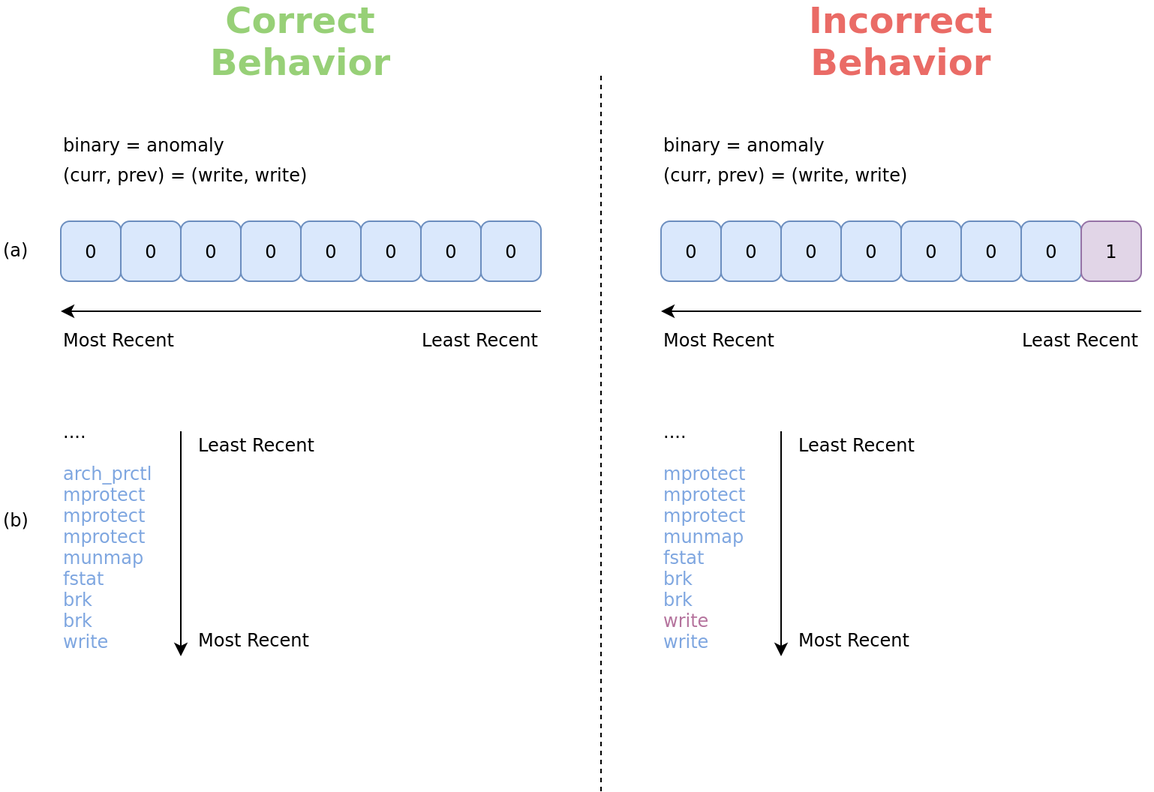
The draw.io diagram figures/lookahead-anomaly.png in willfindlay/honors-thesis, before a commit. Source tidied: cells renumbered, new cells last; positions are measured from the earlier drawing's top-left corner, leaving out a move shared by most shapes. Its diagram source:
```xml
<mxGraphModel>
  <root>
    <mxCell id="0" />
    <mxCell id="1" parent="0" />
    <mxCell id="2" value="0" style="rounded=1;whiteSpace=wrap;html=1;fillColor=#dae8fc;strokeColor=#6c8ebf;" parent="1" vertex="1">
      <mxGeometry x="40" y="140" width="40" height="40" as="geometry" />
    </mxCell>
    <mxCell id="3" value="0" style="rounded=1;whiteSpace=wrap;html=1;fillColor=#dae8fc;strokeColor=#6c8ebf;" parent="1" vertex="1">
      <mxGeometry x="80" y="140" width="40" height="40" as="geometry" />
    </mxCell>
    <mxCell id="4" value="0" style="rounded=1;whiteSpace=wrap;html=1;fillColor=#dae8fc;strokeColor=#6c8ebf;" parent="1" vertex="1">
      <mxGeometry x="120" y="140" width="40" height="40" as="geometry" />
    </mxCell>
    <mxCell id="5" value="0" style="rounded=1;whiteSpace=wrap;html=1;fillColor=#dae8fc;strokeColor=#6c8ebf;" parent="1" vertex="1">
      <mxGeometry x="160" y="140" width="40" height="40" as="geometry" />
    </mxCell>
    <mxCell id="6" value="0" style="rounded=1;whiteSpace=wrap;html=1;fillColor=#dae8fc;strokeColor=#6c8ebf;" parent="1" vertex="1">
      <mxGeometry x="200" y="140" width="40" height="40" as="geometry" />
    </mxCell>
    <mxCell id="7" value="0" style="rounded=1;whiteSpace=wrap;html=1;fillColor=#dae8fc;strokeColor=#6c8ebf;" parent="1" vertex="1">
      <mxGeometry x="240" y="140" width="40" height="40" as="geometry" />
    </mxCell>
    <mxCell id="8" value="0" style="rounded=1;whiteSpace=wrap;html=1;fillColor=#dae8fc;strokeColor=#6c8ebf;" parent="1" vertex="1">
      <mxGeometry x="280" y="140" width="40" height="40" as="geometry" />
    </mxCell>
    <mxCell id="9" value="0" style="rounded=1;whiteSpace=wrap;html=1;fillColor=#dae8fc;strokeColor=#6c8ebf;" parent="1" vertex="1">
      <mxGeometry x="320" y="140" width="40" height="40" as="geometry" />
    </mxCell>
    <mxCell id="10" style="endArrow=classic;html=1;startArrow=none;startFill=0;endFill=1;" parent="1" edge="1">
      <mxGeometry relative="1" as="geometry">
        <mxPoint x="360" y="200" as="sourcePoint" />
        <mxPoint x="40" y="200" as="targetPoint" />
      </mxGeometry>
    </mxCell>
    <mxCell id="11" value="Least Recent" style="text;html=1;align=right;verticalAlign=top;spacingTop=-4;" parent="1" vertex="1">
      <mxGeometry x="270" y="210" width="90" height="20" as="geometry" />
    </mxCell>
    <mxCell id="12" value="Most Recent" style="text;html=1;align=left;verticalAlign=top;spacingTop=-4;" parent="1" vertex="1">
      <mxGeometry x="40" y="210" width="90" height="20" as="geometry" />
    </mxCell>
    <mxCell id="13" value="(curr, prev) = (write, write)" style="text;html=1;align=left;verticalAlign=top;spacingTop=-4;" parent="1" vertex="1">
      <mxGeometry x="40" y="100" width="180" height="20" as="geometry" />
    </mxCell>
    <mxCell id="14" value="binary = anomaly" style="text;html=1;align=left;verticalAlign=top;spacingTop=-4;" parent="1" vertex="1">
      <mxGeometry x="40" y="80" width="120" height="20" as="geometry" />
    </mxCell>
    <mxCell id="15" value="(a)" style="text;html=1;align=left;verticalAlign=top;spacingTop=-4;" parent="1" vertex="1">
      <mxGeometry y="150" width="30" height="20" as="geometry" />
    </mxCell>
    <mxCell id="16" value="(b)" style="text;html=1;align=left;verticalAlign=top;spacingTop=-4;" parent="1" vertex="1">
      <mxGeometry y="330" width="30" height="20" as="geometry" />
    </mxCell>
    <mxCell id="17" value="....&lt;br&gt;&lt;br&gt;&lt;font color=&quot;#7ea6e0&quot;&gt;arch_prctl&lt;/font&gt;&lt;br&gt;&lt;font color=&quot;#7ea6e0&quot;&gt;mprotect&lt;/font&gt;&lt;br&gt;&lt;font color=&quot;#7ea6e0&quot;&gt;mprotect&lt;/font&gt;&lt;br&gt;&lt;font color=&quot;#7ea6e0&quot;&gt;mprotect&lt;/font&gt;&lt;br&gt;&lt;font color=&quot;#7ea6e0&quot;&gt;munmap&lt;/font&gt;&lt;br&gt;&lt;font color=&quot;#7ea6e0&quot;&gt;fstat&lt;/font&gt;&lt;br&gt;&lt;font color=&quot;#7ea6e0&quot;&gt;brk&lt;/font&gt;&lt;br&gt;&lt;font color=&quot;#7ea6e0&quot;&gt;brk&lt;/font&gt;&lt;br&gt;&lt;font color=&quot;#7ea6e0&quot;&gt;write&lt;/font&gt;" style="text;html=1;strokeColor=none;fillColor=none;align=left;verticalAlign=middle;whiteSpace=wrap;rounded=0;" parent="1" vertex="1">
      <mxGeometry x="40" y="340" width="40" height="20" as="geometry" />
    </mxCell>
    <mxCell id="18" style="endArrow=classic;html=1;endFill=1;startArrow=none;startFill=0;" parent="1" edge="1">
      <mxGeometry relative="1" as="geometry">
        <mxPoint x="120" y="280" as="sourcePoint" />
        <mxPoint x="120" y="430" as="targetPoint" />
      </mxGeometry>
    </mxCell>
    <mxCell id="19" value="Most Recent" style="text;html=1;align=left;verticalAlign=top;spacingTop=-4;" parent="1" vertex="1">
      <mxGeometry x="130" y="410" width="90" height="20" as="geometry" />
    </mxCell>
    <mxCell id="20" value="Least Recent" style="text;html=1;align=left;verticalAlign=top;spacingTop=-4;" parent="1" vertex="1">
      <mxGeometry x="130" y="280" width="90" height="20" as="geometry" />
    </mxCell>
    <mxCell id="21" value="0" style="rounded=1;whiteSpace=wrap;html=1;fillColor=#dae8fc;strokeColor=#6c8ebf;" parent="1" vertex="1">
      <mxGeometry x="440" y="140" width="40" height="40" as="geometry" />
    </mxCell>
    <mxCell id="22" value="0" style="rounded=1;whiteSpace=wrap;html=1;fillColor=#dae8fc;strokeColor=#6c8ebf;" parent="1" vertex="1">
      <mxGeometry x="480" y="140" width="40" height="40" as="geometry" />
    </mxCell>
    <mxCell id="23" value="0" style="rounded=1;whiteSpace=wrap;html=1;fillColor=#dae8fc;strokeColor=#6c8ebf;" parent="1" vertex="1">
      <mxGeometry x="520" y="140" width="40" height="40" as="geometry" />
    </mxCell>
    <mxCell id="24" value="0" style="rounded=1;whiteSpace=wrap;html=1;fillColor=#dae8fc;strokeColor=#6c8ebf;" parent="1" vertex="1">
      <mxGeometry x="560" y="140" width="40" height="40" as="geometry" />
    </mxCell>
    <mxCell id="25" value="0" style="rounded=1;whiteSpace=wrap;html=1;fillColor=#dae8fc;strokeColor=#6c8ebf;" parent="1" vertex="1">
      <mxGeometry x="600" y="140" width="40" height="40" as="geometry" />
    </mxCell>
    <mxCell id="26" value="0" style="rounded=1;whiteSpace=wrap;html=1;fillColor=#dae8fc;strokeColor=#6c8ebf;" parent="1" vertex="1">
      <mxGeometry x="640" y="140" width="40" height="40" as="geometry" />
    </mxCell>
    <mxCell id="27" value="0" style="rounded=1;whiteSpace=wrap;html=1;fillColor=#dae8fc;strokeColor=#6c8ebf;" parent="1" vertex="1">
      <mxGeometry x="680" y="140" width="40" height="40" as="geometry" />
    </mxCell>
    <mxCell id="28" value="1" style="rounded=1;whiteSpace=wrap;html=1;fillColor=#e1d5e7;strokeColor=#9673a6;" parent="1" vertex="1">
      <mxGeometry x="720" y="140" width="40" height="40" as="geometry" />
    </mxCell>
    <mxCell id="29" style="endArrow=classic;html=1;startArrow=none;startFill=0;endFill=1;" parent="1" edge="1">
      <mxGeometry relative="1" as="geometry">
        <mxPoint x="760" y="200" as="sourcePoint" />
        <mxPoint x="440" y="200" as="targetPoint" />
      </mxGeometry>
    </mxCell>
    <mxCell id="30" value="Least Recent" style="text;html=1;align=right;verticalAlign=top;spacingTop=-4;" parent="1" vertex="1">
      <mxGeometry x="670" y="210" width="90" height="20" as="geometry" />
    </mxCell>
    <mxCell id="31" value="Most Recent" style="text;html=1;align=left;verticalAlign=top;spacingTop=-4;" parent="1" vertex="1">
      <mxGeometry x="440" y="210" width="90" height="20" as="geometry" />
    </mxCell>
    <mxCell id="32" value="(curr, prev) = (write, write)" style="text;html=1;align=left;verticalAlign=top;spacingTop=-4;" parent="1" vertex="1">
      <mxGeometry x="440" y="100" width="180" height="20" as="geometry" />
    </mxCell>
    <mxCell id="33" value="binary = anomaly" style="text;html=1;align=left;verticalAlign=top;spacingTop=-4;" parent="1" vertex="1">
      <mxGeometry x="440" y="80" width="120" height="20" as="geometry" />
    </mxCell>
    <mxCell id="34" value="Correct&lt;br&gt;Behavior" style="text;strokeColor=none;fillColor=none;html=1;fontSize=24;fontStyle=1;verticalAlign=middle;align=center;fontColor=#97D077;" parent="1" vertex="1">
      <mxGeometry x="150" width="100" height="40" as="geometry" />
    </mxCell>
    <mxCell id="35" value="Incorrect&lt;br&gt;Behavior" style="text;strokeColor=none;fillColor=none;html=1;fontSize=24;fontStyle=1;verticalAlign=middle;align=center;fontColor=#EA6B66;" parent="1" vertex="1">
      <mxGeometry x="550" width="100" height="40" as="geometry" />
    </mxCell>
    <mxCell id="36" style="endArrow=none;dashed=1;html=1;fontColor=#97D077;" parent="1" edge="1">
      <mxGeometry relative="1" as="geometry">
        <mxPoint x="400" y="520" as="sourcePoint" />
        <mxPoint x="400" y="40" as="targetPoint" />
      </mxGeometry>
    </mxCell>
    <mxCell id="37" value="....&lt;br&gt;&lt;br&gt;&lt;font color=&quot;#7ea6e0&quot;&gt;mprotect&lt;/font&gt;&lt;br&gt;&lt;font color=&quot;#7ea6e0&quot;&gt;mprotect&lt;/font&gt;&lt;br&gt;&lt;font color=&quot;#7ea6e0&quot;&gt;mprotect&lt;/font&gt;&lt;br&gt;&lt;font color=&quot;#7ea6e0&quot;&gt;munmap&lt;/font&gt;&lt;br&gt;&lt;font color=&quot;#7ea6e0&quot;&gt;fstat&lt;/font&gt;&lt;br&gt;&lt;font color=&quot;#7ea6e0&quot;&gt;brk&lt;/font&gt;&lt;br&gt;&lt;font color=&quot;#7ea6e0&quot;&gt;brk&lt;/font&gt;&lt;br&gt;&lt;font color=&quot;#b5739d&quot;&gt;write&lt;/font&gt;&lt;br&gt;&lt;font color=&quot;#7ea6e0&quot;&gt;write&lt;/font&gt;" style="text;html=1;strokeColor=none;fillColor=none;align=left;verticalAlign=middle;whiteSpace=wrap;rounded=0;" parent="1" vertex="1">
      <mxGeometry x="440" y="340" width="40" height="20" as="geometry" />
    </mxCell>
    <mxCell id="38" style="endArrow=classic;html=1;endFill=1;startArrow=none;startFill=0;" parent="1" edge="1">
      <mxGeometry relative="1" as="geometry">
        <mxPoint x="520" y="280" as="sourcePoint" />
        <mxPoint x="520" y="430" as="targetPoint" />
      </mxGeometry>
    </mxCell>
    <mxCell id="39" value="Most Recent" style="text;html=1;align=left;verticalAlign=top;spacingTop=-4;" parent="1" vertex="1">
      <mxGeometry x="530" y="410" width="90" height="20" as="geometry" />
    </mxCell>
    <mxCell id="40" value="Least Recent" style="text;html=1;align=left;verticalAlign=top;spacingTop=-4;" parent="1" vertex="1">
      <mxGeometry x="530" y="280" width="90" height="20" as="geometry" />
    </mxCell>
  </root>
</mxGraphModel>
```
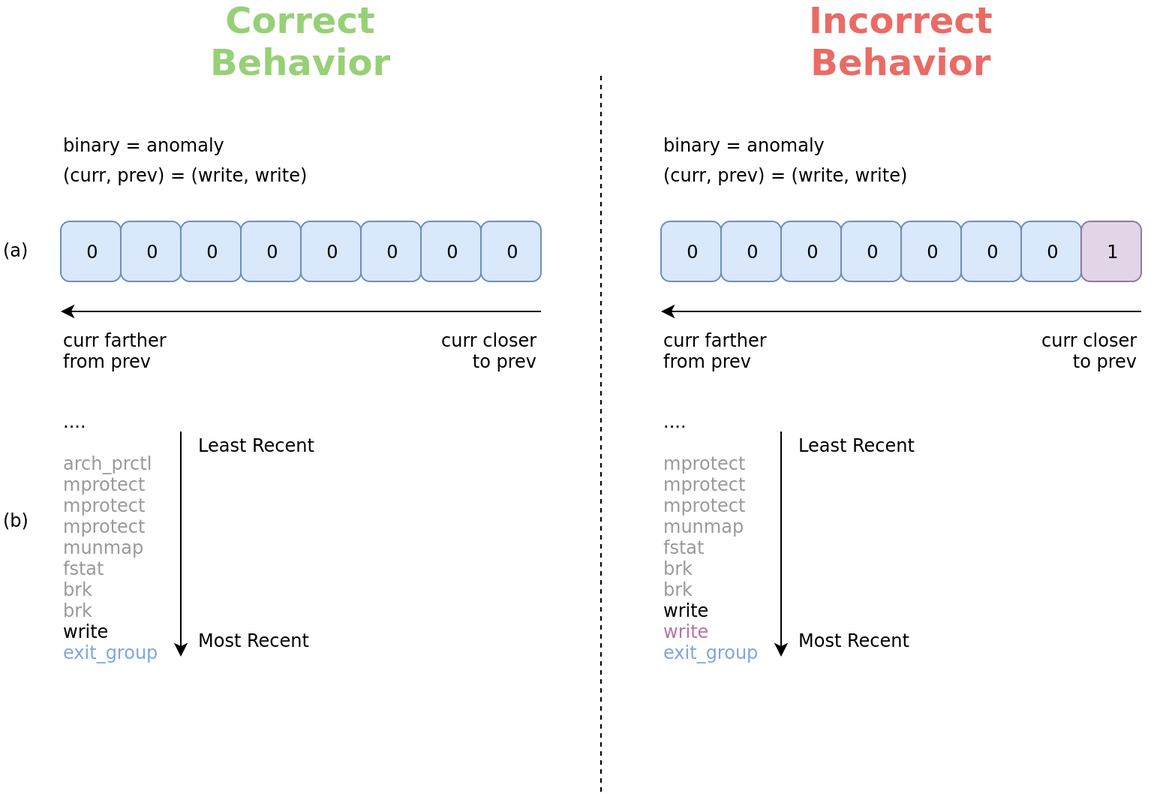
After the change.

Diff of the diagram source:
```diff
@@ -32,12 +32,6 @@
         <mxPoint x="40" y="200" as="targetPoint" />
       </mxGeometry>
     </mxCell>
-    <mxCell id="11" value="Least Recent" style="text;html=1;align=right;verticalAlign=top;spacingTop=-4;" parent="1" vertex="1">
-      <mxGeometry x="270" y="210" width="90" height="20" as="geometry" />
-    </mxCell>
-    <mxCell id="12" value="Most Recent" style="text;html=1;align=left;verticalAlign=top;spacingTop=-4;" parent="1" vertex="1">
-      <mxGeometry x="40" y="210" width="90" height="20" as="geometry" />
-    </mxCell>
     <mxCell id="13" value="(curr, prev) = (write, write)" style="text;html=1;align=left;verticalAlign=top;spacingTop=-4;" parent="1" vertex="1">
       <mxGeometry x="40" y="100" width="180" height="20" as="geometry" />
     </mxCell>
@@ -50,7 +44,7 @@
     <mxCell id="16" value="(b)" style="text;html=1;align=left;verticalAlign=top;spacingTop=-4;" parent="1" vertex="1">
       <mxGeometry y="330" width="30" height="20" as="geometry" />
     </mxCell>
-    <mxCell id="17" value="....&lt;br&gt;&lt;br&gt;&lt;font color=&quot;#7ea6e0&quot;&gt;arch_prctl&lt;/font&gt;&lt;br&gt;&lt;font color=&quot;#7ea6e0&quot;&gt;mprotect&lt;/font&gt;&lt;br&gt;&lt;font color=&quot;#7ea6e0&quot;&gt;mprotect&lt;/font&gt;&lt;br&gt;&lt;font color=&quot;#7ea6e0&quot;&gt;mprotect&lt;/font&gt;&lt;br&gt;&lt;font color=&quot;#7ea6e0&quot;&gt;munmap&lt;/font&gt;&lt;br&gt;&lt;font color=&quot;#7ea6e0&quot;&gt;fstat&lt;/font&gt;&lt;br&gt;&lt;font color=&quot;#7ea6e0&quot;&gt;brk&lt;/font&gt;&lt;br&gt;&lt;font color=&quot;#7ea6e0&quot;&gt;brk&lt;/font&gt;&lt;br&gt;&lt;font color=&quot;#7ea6e0&quot;&gt;write&lt;/font&gt;" style="text;html=1;strokeColor=none;fillColor=none;align=left;verticalAlign=middle;whiteSpace=wrap;rounded=0;" parent="1" vertex="1">
+    <mxCell id="17" value="....&lt;br&gt;&lt;br&gt;&lt;font color=&quot;#999999&quot;&gt;arch_prctl&lt;br&gt;mprotect&lt;br&gt;mprotect&lt;br&gt;mprotect&lt;br&gt;munmap&lt;br&gt;fstat&lt;br&gt;brk&lt;br&gt;brk&lt;/font&gt;&lt;br&gt;write&lt;br&gt;&lt;font color=&quot;#7ea6e0&quot;&gt;exit_group&lt;/font&gt;" style="text;html=1;strokeColor=none;fillColor=none;align=left;verticalAlign=middle;whiteSpace=wrap;rounded=0;" parent="1" vertex="1">
       <mxGeometry x="40" y="340" width="40" height="20" as="geometry" />
     </mxCell>
     <mxCell id="18" style="endArrow=classic;html=1;endFill=1;startArrow=none;startFill=0;" parent="1" edge="1">
@@ -95,12 +89,6 @@
         <mxPoint x="440" y="200" as="targetPoint" />
       </mxGeometry>
     </mxCell>
-    <mxCell id="30" value="Least Recent" style="text;html=1;align=right;verticalAlign=top;spacingTop=-4;" parent="1" vertex="1">
-      <mxGeometry x="670" y="210" width="90" height="20" as="geometry" />
-    </mxCell>
-    <mxCell id="31" value="Most Recent" style="text;html=1;align=left;verticalAlign=top;spacingTop=-4;" parent="1" vertex="1">
-      <mxGeometry x="440" y="210" width="90" height="20" as="geometry" />
-    </mxCell>
     <mxCell id="32" value="(curr, prev) = (write, write)" style="text;html=1;align=left;verticalAlign=top;spacingTop=-4;" parent="1" vertex="1">
       <mxGeometry x="440" y="100" width="180" height="20" as="geometry" />
     </mxCell>
@@ -119,7 +107,7 @@
         <mxPoint x="400" y="40" as="targetPoint" />
       </mxGeometry>
     </mxCell>
-    <mxCell id="37" value="....&lt;br&gt;&lt;br&gt;&lt;font color=&quot;#7ea6e0&quot;&gt;mprotect&lt;/font&gt;&lt;br&gt;&lt;font color=&quot;#7ea6e0&quot;&gt;mprotect&lt;/font&gt;&lt;br&gt;&lt;font color=&quot;#7ea6e0&quot;&gt;mprotect&lt;/font&gt;&lt;br&gt;&lt;font color=&quot;#7ea6e0&quot;&gt;munmap&lt;/font&gt;&lt;br&gt;&lt;font color=&quot;#7ea6e0&quot;&gt;fstat&lt;/font&gt;&lt;br&gt;&lt;font color=&quot;#7ea6e0&quot;&gt;brk&lt;/font&gt;&lt;br&gt;&lt;font color=&quot;#7ea6e0&quot;&gt;brk&lt;/font&gt;&lt;br&gt;&lt;font color=&quot;#b5739d&quot;&gt;write&lt;/font&gt;&lt;br&gt;&lt;font color=&quot;#7ea6e0&quot;&gt;write&lt;/font&gt;" style="text;html=1;strokeColor=none;fillColor=none;align=left;verticalAlign=middle;whiteSpace=wrap;rounded=0;" parent="1" vertex="1">
+    <mxCell id="37" value="....&lt;br&gt;&lt;br&gt;&lt;font color=&quot;#999999&quot;&gt;mprotect&lt;br&gt;mprotect&lt;br&gt;mprotect&lt;br&gt;munmap&lt;br&gt;fstat&lt;br&gt;brk&lt;br&gt;brk&lt;/font&gt;&lt;br&gt;write&lt;br&gt;&lt;font color=&quot;#b5739d&quot;&gt;write&lt;/font&gt;&lt;br&gt;&lt;font color=&quot;#7ea6e0&quot;&gt;exit_group&lt;/font&gt;" style="text;html=1;strokeColor=none;fillColor=none;align=left;verticalAlign=middle;whiteSpace=wrap;rounded=0;" parent="1" vertex="1">
       <mxGeometry x="440" y="340" width="40" height="20" as="geometry" />
     </mxCell>
     <mxCell id="38" style="endArrow=classic;html=1;endFill=1;startArrow=none;startFill=0;" parent="1" edge="1">
@@ -134,5 +122,17 @@
     <mxCell id="40" value="Least Recent" style="text;html=1;align=left;verticalAlign=top;spacingTop=-4;" parent="1" vertex="1">
       <mxGeometry x="530" y="280" width="90" height="20" as="geometry" />
     </mxCell>
+    <mxCell id="41" value="curr closer&lt;br&gt;to prev" style="text;html=1;align=right;verticalAlign=top;spacingTop=-4;" parent="1" vertex="1">
+      <mxGeometry x="280" y="210" width="80" height="30" as="geometry" />
+    </mxCell>
+    <mxCell id="42" value="curr farther&lt;br&gt;from prev" style="text;html=1;align=left;verticalAlign=top;spacingTop=-4;" parent="1" vertex="1">
+      <mxGeometry x="40" y="210" width="80" height="30" as="geometry" />
+    </mxCell>
+    <mxCell id="43" value="curr farther&lt;br&gt;from prev" style="text;html=1;align=left;verticalAlign=top;spacingTop=-4;" parent="1" vertex="1">
+      <mxGeometry x="440" y="210" width="80" height="30" as="geometry" />
+    </mxCell>
+    <mxCell id="44" value="curr closer&lt;br&gt;to prev" style="text;html=1;align=right;verticalAlign=top;spacingTop=-4;" parent="1" vertex="1">
+      <mxGeometry x="680" y="210" width="80" height="30" as="geometry" />
+    </mxCell>
   </root>
 </mxGraphModel>
```
